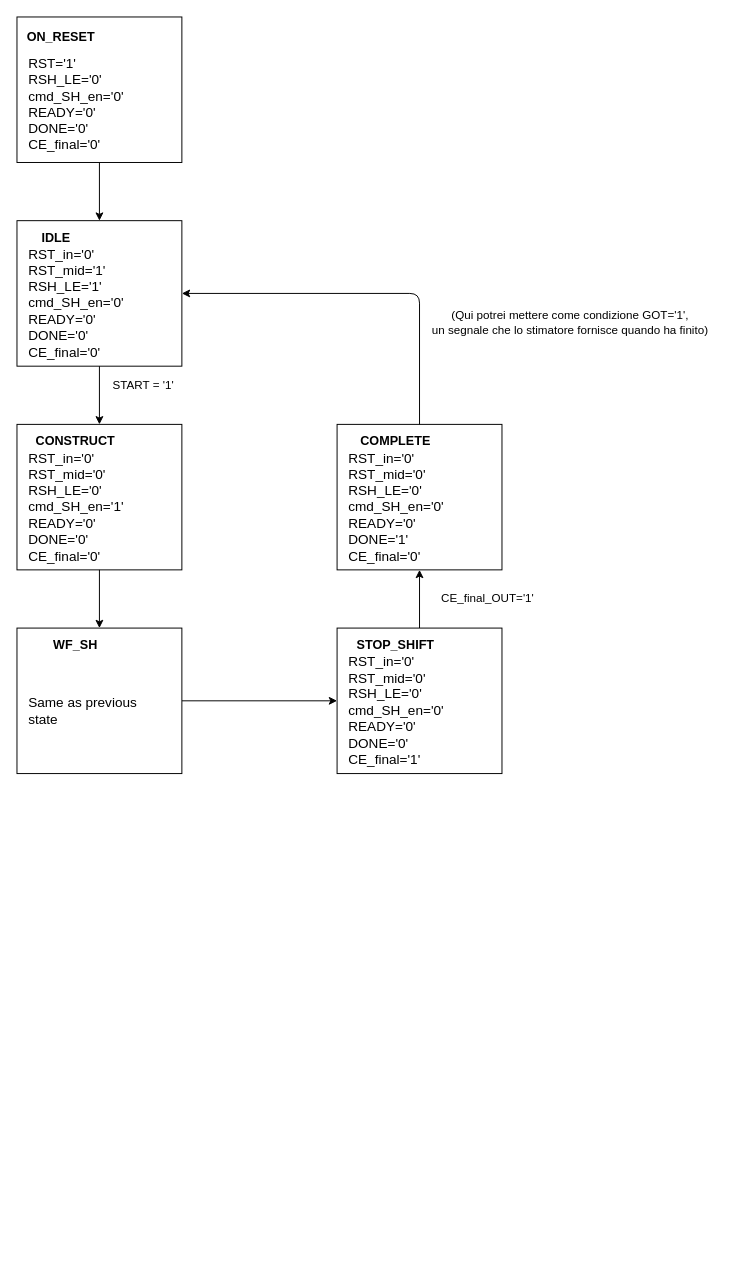
This is control_unit/Constructor_CU_State_Diagram.drawio from CostantinoTaranto/AME_Block-Diagram, a draw.io file, before an edit. Source tidied: cells renumbered, new cells numbered last; positions are measured from the earlier drawing's top-left corner, leaving out a move shared by most shapes. Both pictures are drawn from the tidied source at 97%, with x=0, y=0 at pixel (16, 16).
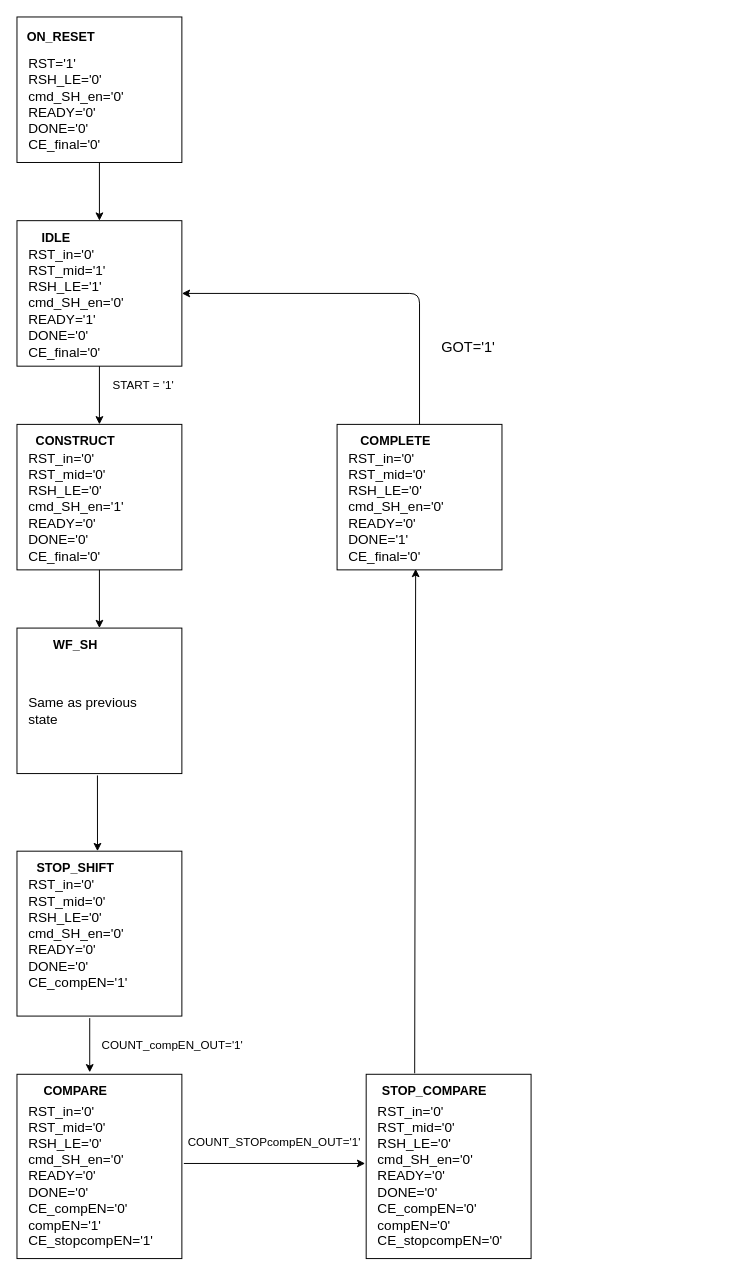
Above is the later version.

Commit message (it also covers changes not shown here):
Constructor first test succesfully completed

The change refers to these unchanged cells:
```xml
<mxCell id="16" style="rounded=0;whiteSpace=wrap;html=1;" parent="1" vertex="1">
  <mxGeometry y="630" width="170" height="150" as="geometry" />
</mxCell>
<mxCell id="23" style="rounded=0;whiteSpace=wrap;html=1;" parent="1" vertex="1">
  <mxGeometry x="330" y="420" width="170" height="150" as="geometry" />
</mxCell>
```

Change to the diagram source:
```diff
@@
-    <mxCell id="8" value="&lt;font style=&quot;font-size: 14px&quot;&gt;RST_in='0'&lt;br&gt;RST_mid='1'&lt;br&gt;RSH_LE='1'&lt;br&gt;cmd_SH_en='0'&lt;br&gt;READY='0'&lt;br&gt;DONE='0'&lt;br&gt;CE_final='0'&lt;/font&gt;" style="text;html=1;align=left;verticalAlign=middle;" parent="1" vertex="1">
+    <mxCell id="8" value="&lt;font style=&quot;font-size: 14px&quot;&gt;RST_in='0'&lt;br&gt;RST_mid='1'&lt;br&gt;RSH_LE='1'&lt;br&gt;cmd_SH_en='0'&lt;br&gt;READY='1'&lt;br&gt;DONE='0'&lt;br&gt;CE_final='0'&lt;/font&gt;" style="text;html=1;align=left;verticalAlign=middle;" parent="1" vertex="1">
       <mxGeometry x="10" y="240" width="110" height="110" as="geometry" />
     </mxCell>
@@
-    <mxCell id="15" style="edgeStyle=orthogonalEdgeStyle;rounded=0;jettySize=auto;html=1;exitX=1;exitY=0.5;exitDx=0;exitDy=0;entryX=0;entryY=0.5;entryDx=0;entryDy=0;" parent="1" edge="1" source="16" target="20">
-      <mxGeometry relative="1" as="geometry" />
-    </mxCell>
@@
-    <mxCell id="19" style="edgeStyle=orthogonalEdgeStyle;rounded=0;jettySize=auto;html=1;exitX=0.5;exitY=0;exitDx=0;exitDy=0;entryX=0.5;entryY=1;entryDx=0;entryDy=0;" parent="1" edge="1" source="20" target="23">
-      <mxGeometry relative="1" as="geometry" />
-    </mxCell>
     <mxCell id="20" style="rounded=0;whiteSpace=wrap;html=1;" parent="1" vertex="1">
-      <mxGeometry x="330" y="630" width="170" height="150" as="geometry" />
+      <mxGeometry y="860" width="170" height="170" as="geometry" />
     </mxCell>
     <mxCell id="21" value="&lt;span style=&quot;font-size: 13px&quot;&gt;&lt;b&gt;STOP_SHIFT&lt;/b&gt;&lt;/span&gt;" style="text;html=1;align=center;verticalAlign=middle;" parent="1" vertex="1">
-      <mxGeometry x="340" y="637" width="100" height="20" as="geometry" />
+      <mxGeometry x="10" y="867" width="100" height="20" as="geometry" />
     </mxCell>
-    <mxCell id="22" value="&lt;font style=&quot;font-size: 14px&quot;&gt;RST_in='0'&lt;br&gt;RST_mid='0'&lt;br&gt;RSH_LE='0'&lt;br&gt;cmd_SH_en='0'&lt;br&gt;READY='0'&lt;br&gt;DONE='0'&lt;br&gt;CE_final='1'&lt;/font&gt;" style="text;html=1;align=left;verticalAlign=middle;" parent="1" vertex="1">
-      <mxGeometry x="340" y="660" width="110" height="110" as="geometry" />
+    <mxCell id="22" value="&lt;font style=&quot;font-size: 14px&quot;&gt;RST_in='0'&lt;br&gt;RST_mid='0'&lt;br&gt;RSH_LE='0'&lt;br&gt;cmd_SH_en='0'&lt;br&gt;READY='0'&lt;br&gt;DONE='0'&lt;br&gt;CE_compEN='1'&lt;br&gt;&lt;/font&gt;" style="text;html=1;align=left;verticalAlign=middle;" parent="1" vertex="1">
+      <mxGeometry x="10" y="890" width="120" height="110" as="geometry" />
     </mxCell>
@@
-    <mxCell id="26" value="CE_final_OUT='1'" style="text;html=1;align=center;verticalAlign=middle;" parent="1" vertex="1">
-      <mxGeometry x="430" y="590" width="110" height="20" as="geometry" />
-    </mxCell>
@@
-    <mxCell id="28" value="(Qui potrei mettere come condizione GOT='1',&lt;br&gt;un segnale che lo stimatore fornisce quando ha finito)" style="text;html=1;align=center;verticalAlign=middle;" parent="1" vertex="1">
-      <mxGeometry x="420" y="300" width="300" height="30" as="geometry" />
+    <mxCell id="28" value="&lt;font style=&quot;font-size: 15px&quot;&gt;GOT='1'&lt;/font&gt;" style="text;html=1;align=center;verticalAlign=middle;" parent="1" vertex="1">
+      <mxGeometry x="430" y="330" width="70" height="20" as="geometry" />
     </mxCell>
+    <mxCell id="29" style="endArrow=classic;html=1;exitX=0.488;exitY=1.013;exitDx=0;exitDy=0;exitPerimeter=0;" parent="1" edge="1" source="16">
+      <mxGeometry relative="1" as="geometry">
+        <mxPoint x="83" y="860" as="targetPoint" />
+      </mxGeometry>
+    </mxCell>
+    <mxCell id="30" style="endArrow=classic;html=1;exitX=0.441;exitY=1.024;exitDx=0;exitDy=0;exitPerimeter=0;" parent="1" edge="1">
+      <mxGeometry relative="1" as="geometry">
+        <mxPoint x="75" y="1032.1" as="sourcePoint" />
+        <mxPoint x="75" y="1088" as="targetPoint" />
+      </mxGeometry>
+    </mxCell>
+    <mxCell id="31" value="COUNT_compEN_OUT='1'" style="text;html=1;align=center;verticalAlign=middle;" parent="1" vertex="1">
+      <mxGeometry x="80" y="1050" width="160" height="20" as="geometry" />
+    </mxCell>
+    <mxCell id="32" style="rounded=0;whiteSpace=wrap;html=1;" parent="1" vertex="1">
+      <mxGeometry y="1090" width="170" height="190" as="geometry" />
+    </mxCell>
+    <mxCell id="33" value="&lt;span style=&quot;font-size: 13px&quot;&gt;&lt;b&gt;COMPARE&lt;/b&gt;&lt;/span&gt;" style="text;html=1;align=center;verticalAlign=middle;" parent="1" vertex="1">
+      <mxGeometry x="20" y="1097" width="80" height="20" as="geometry" />
+    </mxCell>
+    <mxCell id="34" value="&lt;font style=&quot;font-size: 14px&quot;&gt;RST_in='0'&lt;br&gt;RST_mid='0'&lt;br&gt;RSH_LE='0'&lt;br&gt;cmd_SH_en='0'&lt;br&gt;READY='0'&lt;br&gt;DONE='0'&lt;br&gt;CE_compEN='0'&lt;br&gt;compEN='1'&lt;br&gt;CE_stopcompEN='1'&lt;br&gt;&lt;/font&gt;" style="text;html=1;align=left;verticalAlign=middle;" parent="1" vertex="1">
+      <mxGeometry x="10" y="1125" width="140" height="140" as="geometry" />
+    </mxCell>
+    <mxCell id="35" style="endArrow=classic;html=1;exitX=1.012;exitY=0.484;exitDx=0;exitDy=0;exitPerimeter=0;entryX=-0.006;entryY=0.484;entryDx=0;entryDy=0;entryPerimeter=0;" parent="1" edge="1" source="32" target="36">
+      <mxGeometry relative="1" as="geometry" />
+    </mxCell>
+    <mxCell id="36" style="rounded=0;whiteSpace=wrap;html=1;" parent="1" vertex="1">
+      <mxGeometry x="360" y="1090" width="170" height="190" as="geometry" />
+    </mxCell>
+    <mxCell id="37" value="&lt;span style=&quot;font-size: 13px&quot;&gt;&lt;b&gt;STOP_COMPARE&lt;/b&gt;&lt;/span&gt;" style="text;html=1;align=center;verticalAlign=middle;" parent="1" vertex="1">
+      <mxGeometry x="370" y="1097" width="120" height="20" as="geometry" />
+    </mxCell>
+    <mxCell id="38" value="&lt;font style=&quot;font-size: 14px&quot;&gt;RST_in='0'&lt;br&gt;RST_mid='0'&lt;br&gt;RSH_LE='0'&lt;br&gt;cmd_SH_en='0'&lt;br&gt;READY='0'&lt;br&gt;DONE='0'&lt;br&gt;CE_compEN='0'&lt;br&gt;compEN='0'&lt;br&gt;CE_stopcompEN='0'&lt;br&gt;&lt;/font&gt;" style="text;html=1;align=left;verticalAlign=middle;" parent="1" vertex="1">
+      <mxGeometry x="370" y="1125" width="140" height="140" as="geometry" />
+    </mxCell>
+    <mxCell id="39" value="COUNT_STOPcompEN_OUT='1'" style="text;html=1;align=center;verticalAlign=middle;" parent="1" vertex="1">
+      <mxGeometry x="170" y="1150" width="190" height="20" as="geometry" />
+    </mxCell>
+    <mxCell id="40" style="endArrow=classic;html=1;exitX=0.512;exitY=-0.005;exitDx=0;exitDy=0;exitPerimeter=0;entryX=0.694;entryY=0.993;entryDx=0;entryDy=0;entryPerimeter=0;" parent="1" edge="1">
+      <mxGeometry relative="1" as="geometry">
+        <mxPoint x="410" y="1089" as="sourcePoint" />
+        <mxPoint x="411" y="569" as="targetPoint" />
+      </mxGeometry>
+    </mxCell>
```
